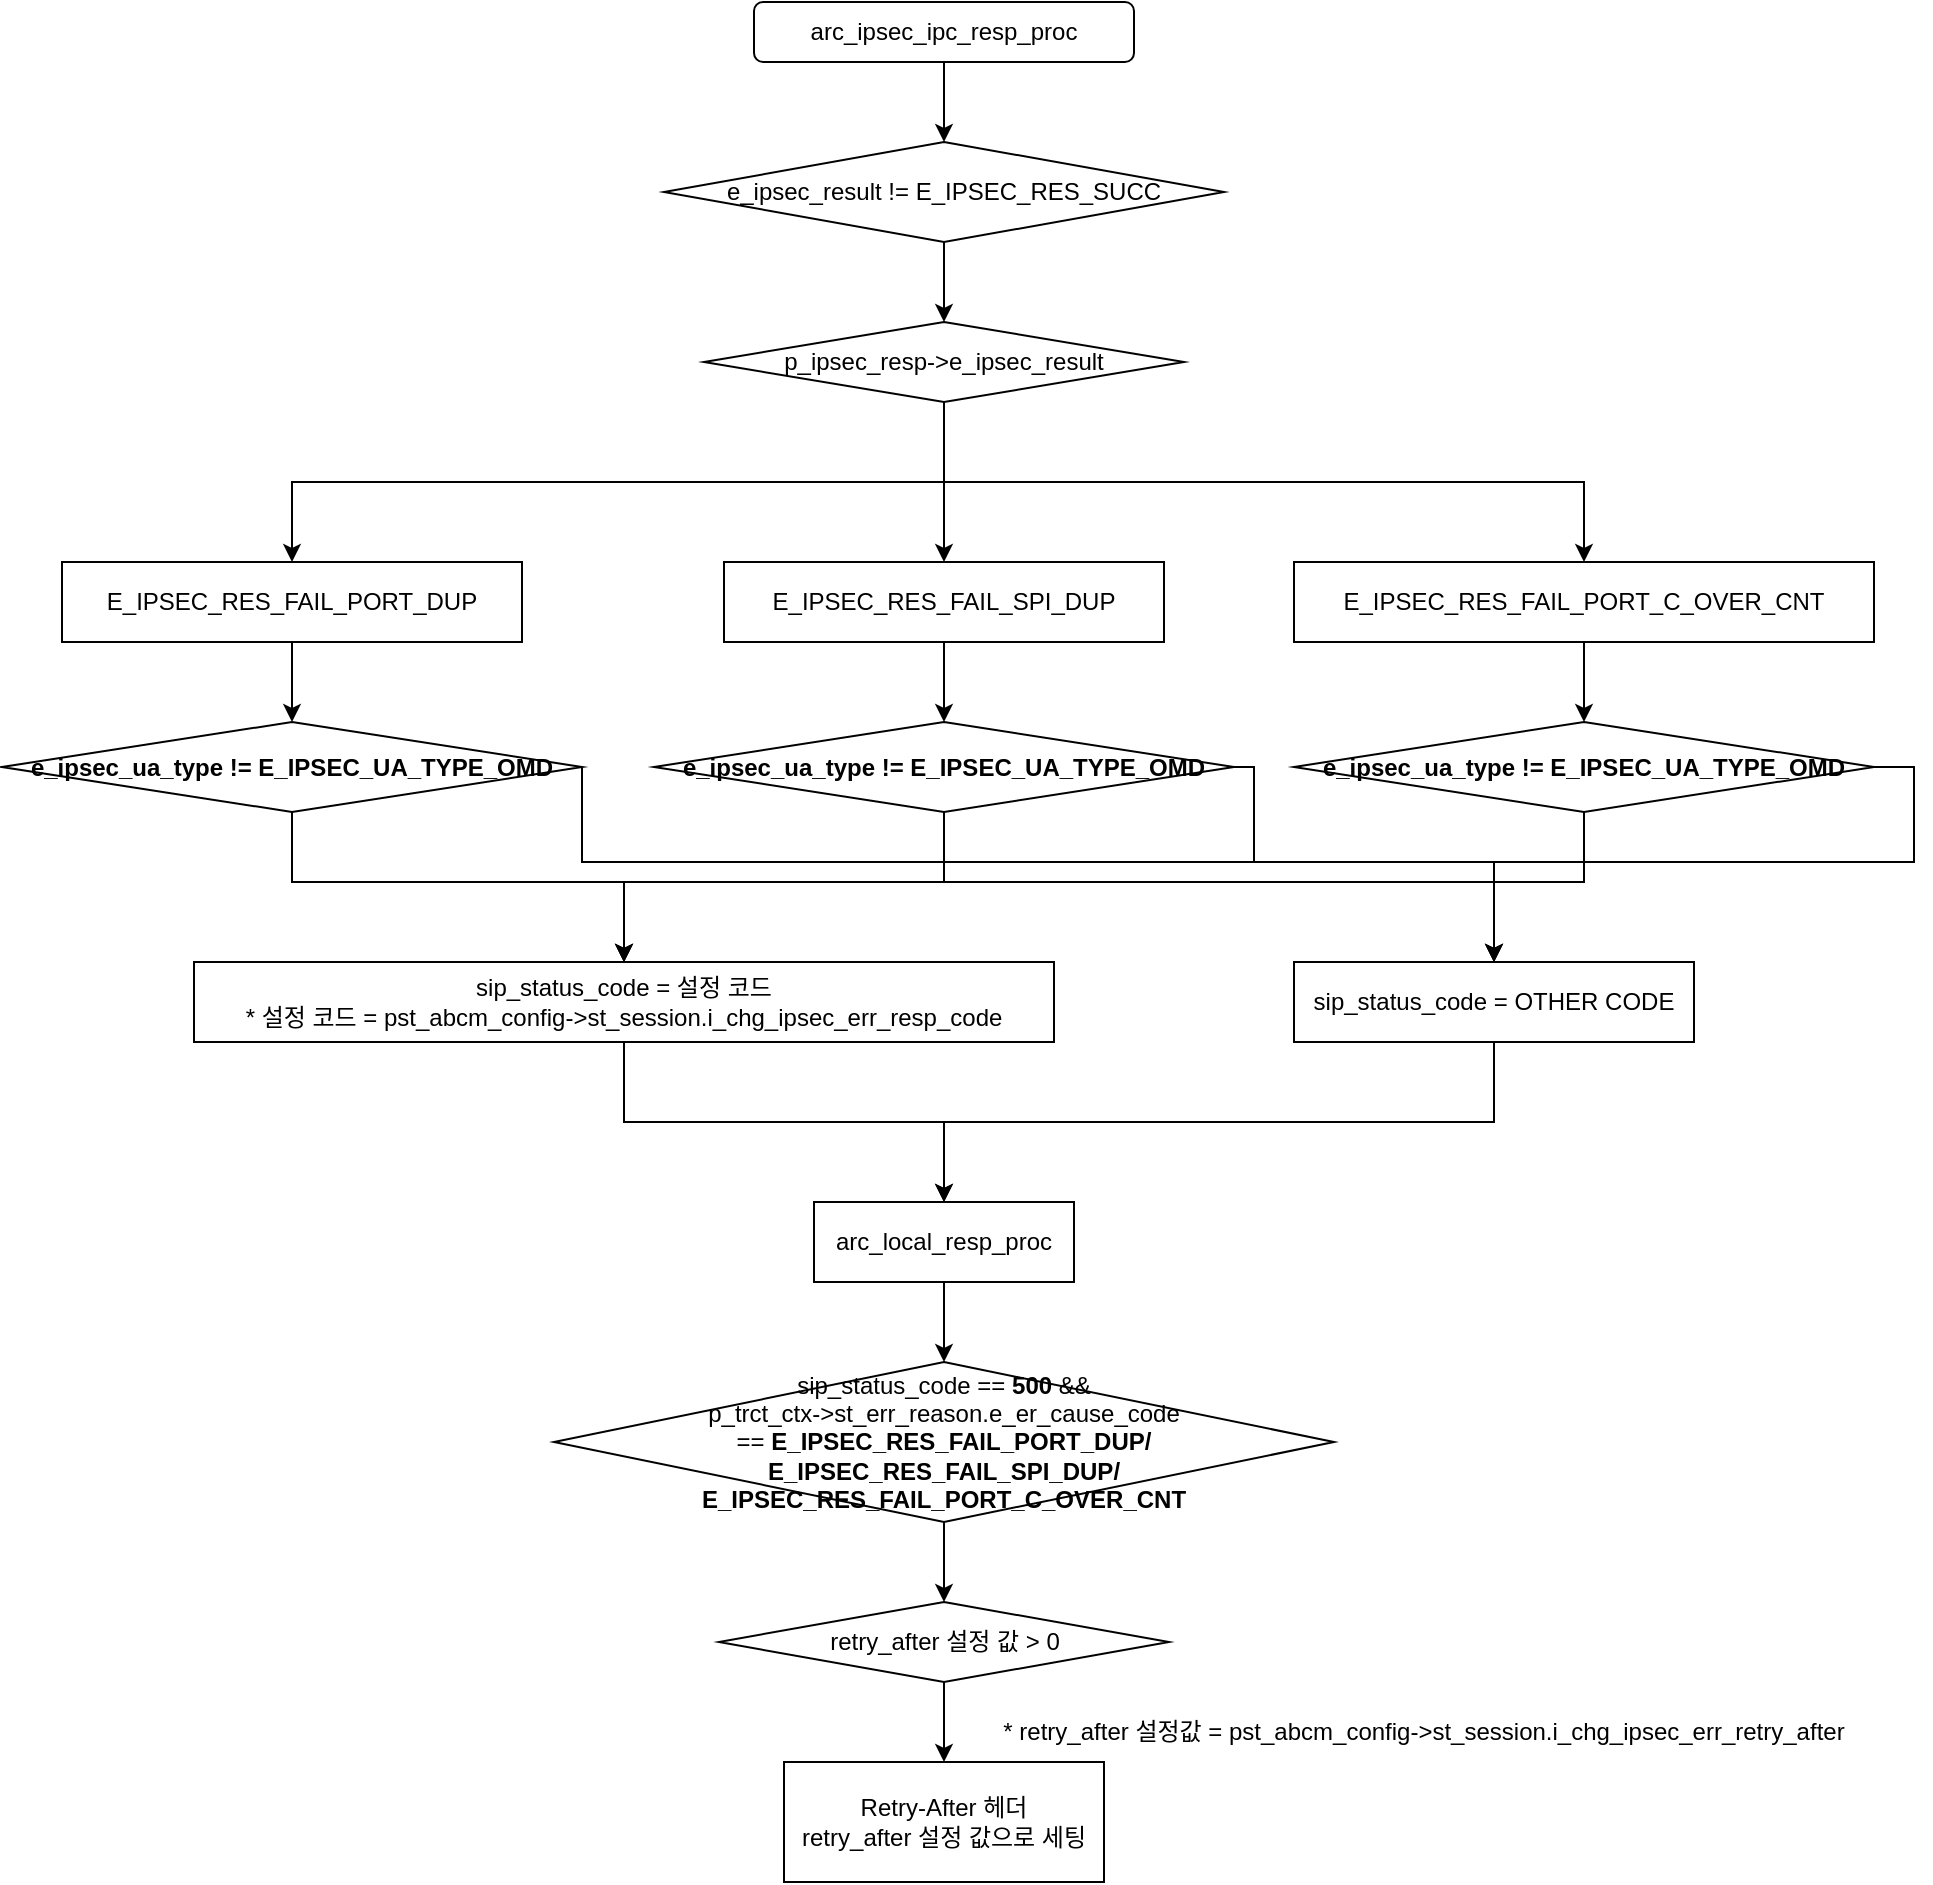
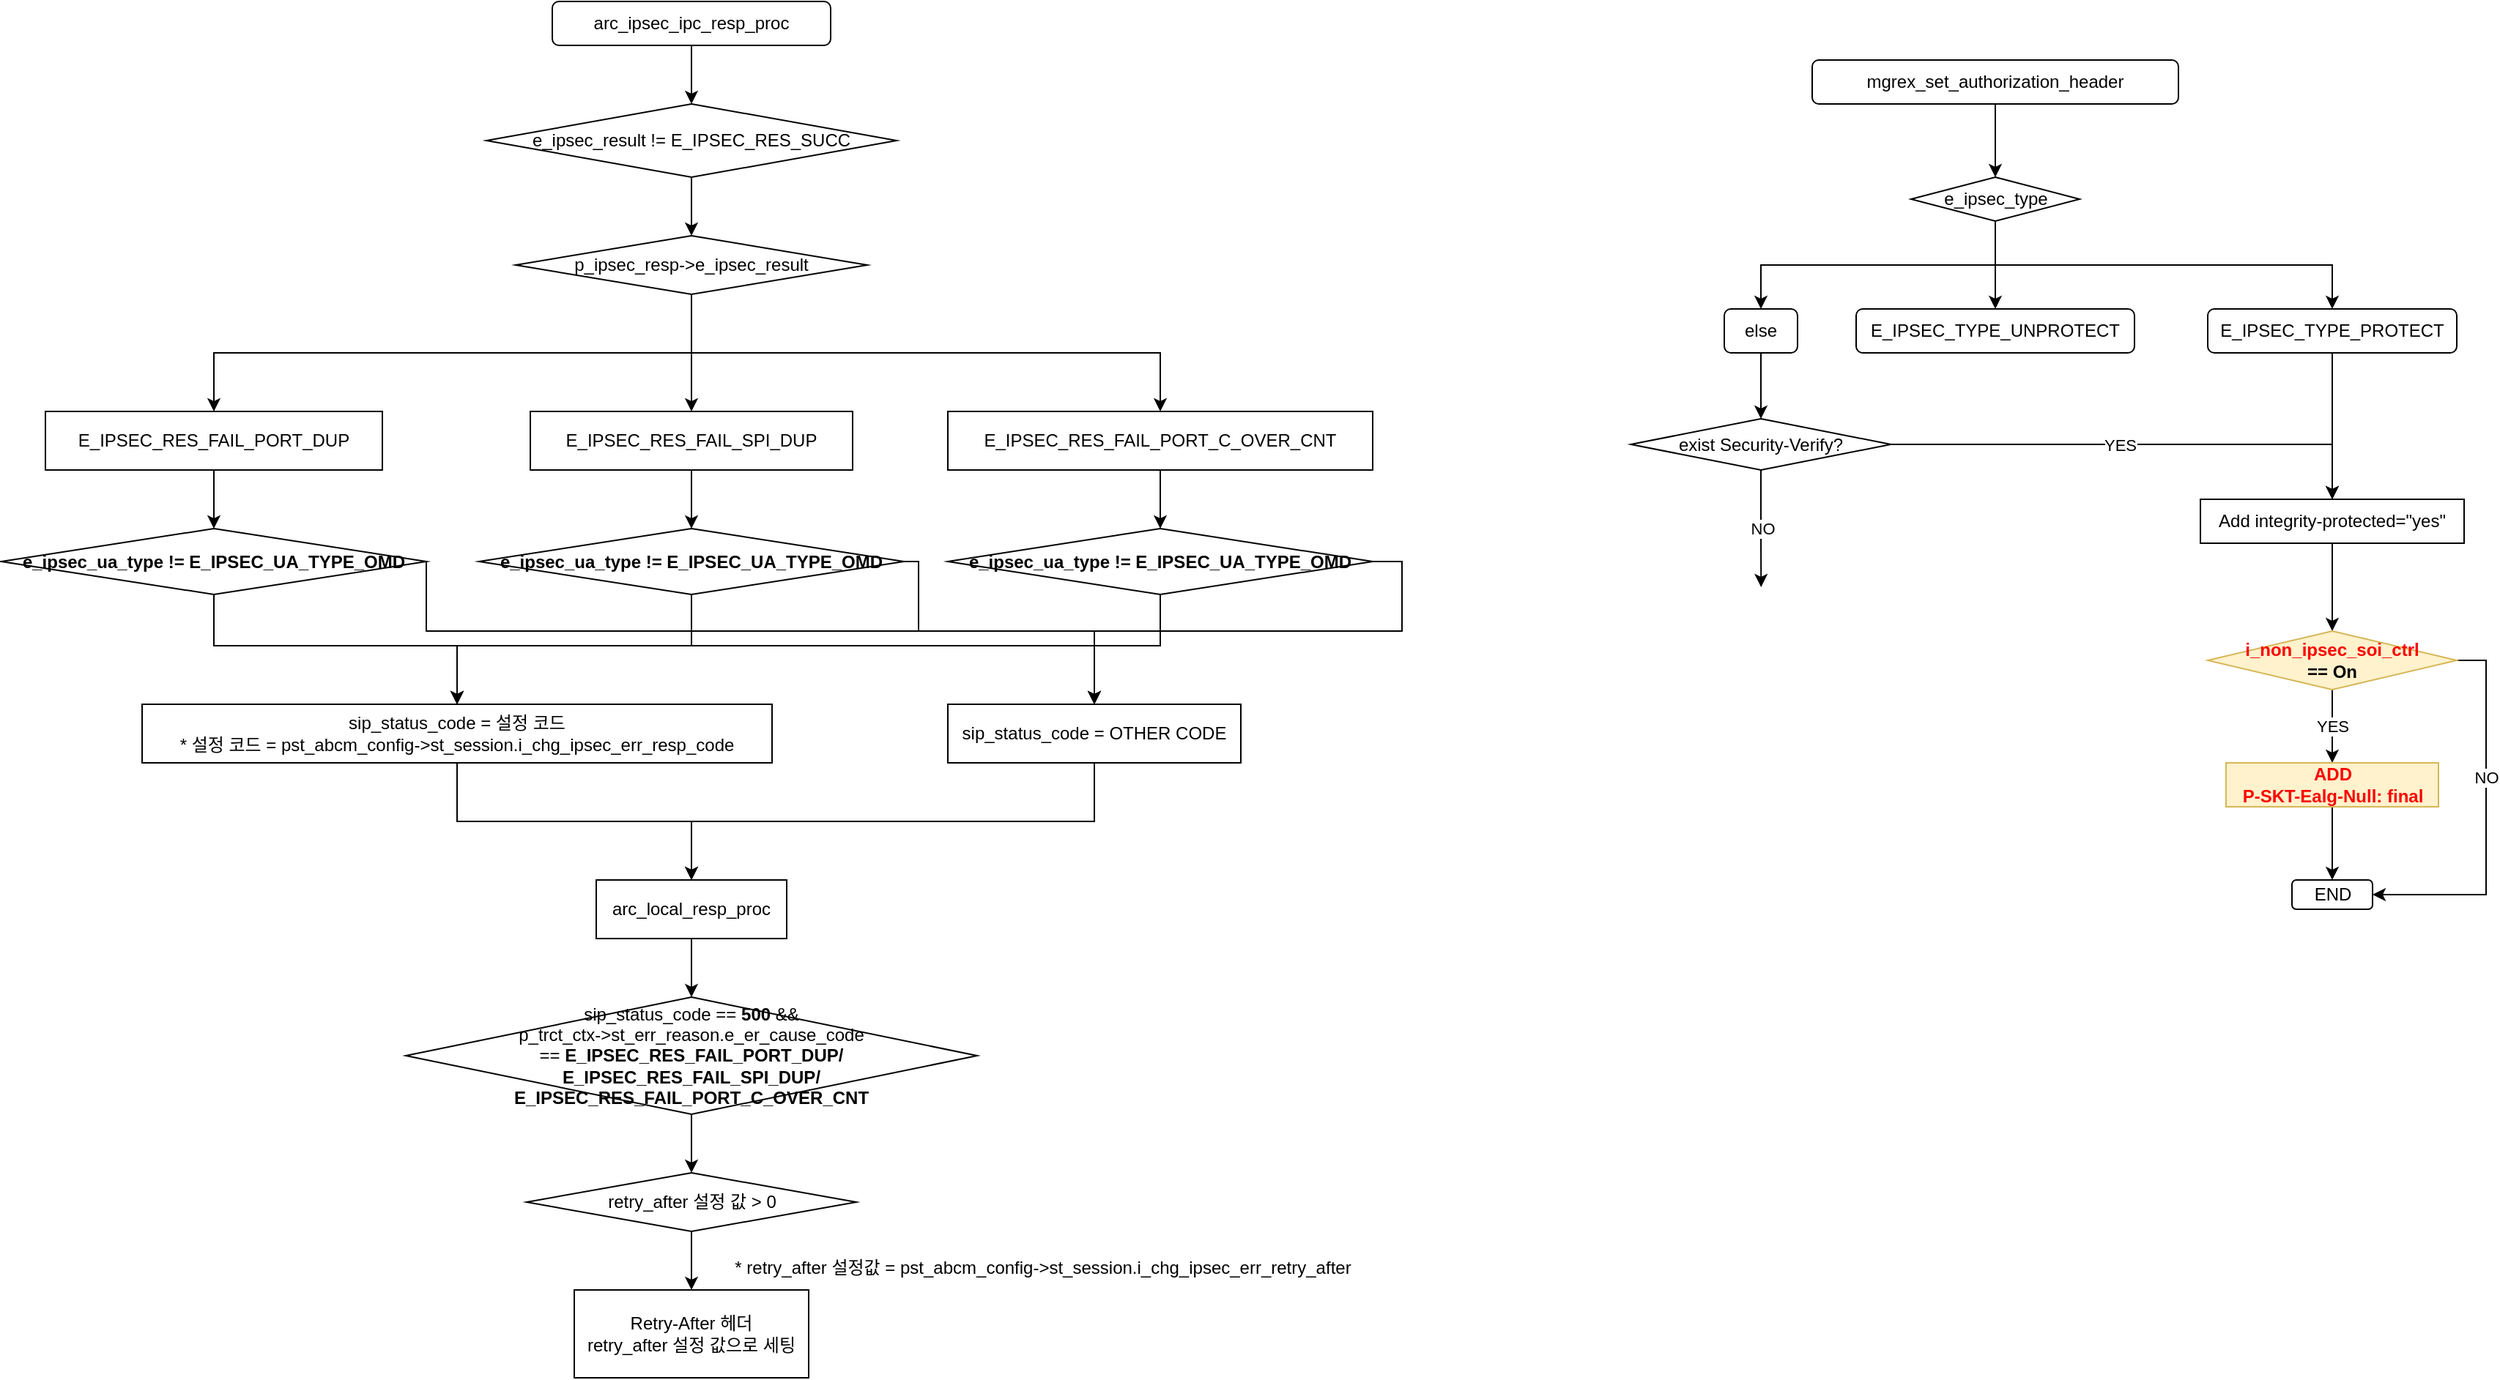
<mxfile host="app.diagrams.net" agent="Mozilla/5.0 (Windows NT 10.0; Win64; x64) AppleWebKit/537.36 (KHTML, like Gecko) Chrome/146.0.0.0 Safari/537.36">
  <diagram name="페이지-1" id="ArqDr0nNUiQ5PRRDUpdb">
-     <mxGraphModel dx="2801" dy="2120" grid="1" gridSize="10" guides="1" tooltips="1" connect="1" arrows="1" fold="1" page="1" pageScale="1" pageWidth="827" pageHeight="1169" background="#ffffff" math="0" shadow="0">
+     <mxGraphModel dx="1359" dy="873" grid="1" gridSize="10" guides="1" tooltips="1" connect="1" arrows="1" fold="1" page="1" pageScale="1" pageWidth="827" pageHeight="1169" background="#ffffff" math="0" shadow="0">
      <root>
        <mxCell id="0" />
        <mxCell id="1" parent="0" />
-         <mxCell id="JrobUjobabK0j9_YikFy-4" edge="1" parent="1" source="JrobUjobabK0j9_YikFy-1" style="edgeStyle=orthogonalEdgeStyle;rounded=0;orthogonalLoop=1;jettySize=auto;html=1;exitX=0.5;exitY=1;exitDx=0;exitDy=0;entryX=0.5;entryY=0;entryDx=0;entryDy=0;" target="JrobUjobabK0j9_YikFy-3">
-           <mxGeometry relative="1" as="geometry" />
-         </mxCell>
-         <mxCell id="JrobUjobabK0j9_YikFy-1" parent="1" style="rounded=1;whiteSpace=wrap;html=1;" value="arc_ipsec_ipc_resp_proc" vertex="1">
+         <mxCell id="JrobUjobabK0j9_YikFy-4" edge="1" parent="1" source="JrobUjobabK0j9_YikFy-1" style="edgeStyle=orthogonalEdgeStyle;rounded=0;orthogonalLoop=1;jettySize=auto;html=1;exitX=0.5;exitY=1;exitDx=0;exitDy=0;entryX=0.5;entryY=0;entryDx=0;entryDy=0;labelBackgroundColor=none;fontColor=default;" target="JrobUjobabK0j9_YikFy-3">
+           <mxGeometry relative="1" as="geometry" />
+         </mxCell>
+         <mxCell id="JrobUjobabK0j9_YikFy-1" parent="1" style="rounded=1;whiteSpace=wrap;html=1;labelBackgroundColor=none;" value="arc_ipsec_ipc_resp_proc" vertex="1">
          <mxGeometry height="30" width="190" x="310" y="80" as="geometry" />
        </mxCell>
-         <mxCell id="JrobUjobabK0j9_YikFy-8" edge="1" parent="1" source="JrobUjobabK0j9_YikFy-3" style="edgeStyle=orthogonalEdgeStyle;rounded=0;orthogonalLoop=1;jettySize=auto;html=1;exitX=0.5;exitY=1;exitDx=0;exitDy=0;entryX=0.5;entryY=0;entryDx=0;entryDy=0;" target="JrobUjobabK0j9_YikFy-6">
-           <mxGeometry relative="1" as="geometry" />
-         </mxCell>
-         <mxCell id="JrobUjobabK0j9_YikFy-3" parent="1" style="rhombus;whiteSpace=wrap;html=1;" value="e_ipsec_result != E_IPSEC_RES_SUCC" vertex="1">
+         <mxCell id="JrobUjobabK0j9_YikFy-8" edge="1" parent="1" source="JrobUjobabK0j9_YikFy-3" style="edgeStyle=orthogonalEdgeStyle;rounded=0;orthogonalLoop=1;jettySize=auto;html=1;exitX=0.5;exitY=1;exitDx=0;exitDy=0;entryX=0.5;entryY=0;entryDx=0;entryDy=0;labelBackgroundColor=none;fontColor=default;" target="JrobUjobabK0j9_YikFy-6">
+           <mxGeometry relative="1" as="geometry" />
+         </mxCell>
+         <mxCell id="JrobUjobabK0j9_YikFy-3" parent="1" style="rhombus;whiteSpace=wrap;html=1;labelBackgroundColor=none;" value="e_ipsec_result != E_IPSEC_RES_SUCC" vertex="1">
          <mxGeometry height="50" width="280" x="265" y="150" as="geometry" />
        </mxCell>
-         <mxCell id="JrobUjobabK0j9_YikFy-12" edge="1" parent="1" source="JrobUjobabK0j9_YikFy-6" style="edgeStyle=orthogonalEdgeStyle;rounded=0;orthogonalLoop=1;jettySize=auto;html=1;exitX=0.5;exitY=1;exitDx=0;exitDy=0;entryX=0.5;entryY=0;entryDx=0;entryDy=0;" target="JrobUjobabK0j9_YikFy-9">
-           <mxGeometry relative="1" as="geometry" />
-         </mxCell>
-         <mxCell id="JrobUjobabK0j9_YikFy-13" edge="1" parent="1" source="JrobUjobabK0j9_YikFy-6" style="edgeStyle=orthogonalEdgeStyle;rounded=0;orthogonalLoop=1;jettySize=auto;html=1;exitX=0.5;exitY=1;exitDx=0;exitDy=0;entryX=0.5;entryY=0;entryDx=0;entryDy=0;" target="JrobUjobabK0j9_YikFy-10">
-           <mxGeometry relative="1" as="geometry" />
-         </mxCell>
-         <mxCell id="JrobUjobabK0j9_YikFy-14" edge="1" parent="1" source="JrobUjobabK0j9_YikFy-6" style="edgeStyle=orthogonalEdgeStyle;rounded=0;orthogonalLoop=1;jettySize=auto;html=1;exitX=0.5;exitY=1;exitDx=0;exitDy=0;entryX=0.5;entryY=0;entryDx=0;entryDy=0;" target="JrobUjobabK0j9_YikFy-11">
-           <mxGeometry relative="1" as="geometry" />
-         </mxCell>
-         <mxCell id="JrobUjobabK0j9_YikFy-6" parent="1" style="rhombus;whiteSpace=wrap;html=1;" value="p_ipsec_resp-&amp;gt;e_ipsec_result" vertex="1">
+         <mxCell id="JrobUjobabK0j9_YikFy-12" edge="1" parent="1" source="JrobUjobabK0j9_YikFy-6" style="edgeStyle=orthogonalEdgeStyle;rounded=0;orthogonalLoop=1;jettySize=auto;html=1;exitX=0.5;exitY=1;exitDx=0;exitDy=0;entryX=0.5;entryY=0;entryDx=0;entryDy=0;labelBackgroundColor=none;fontColor=default;" target="JrobUjobabK0j9_YikFy-9">
+           <mxGeometry relative="1" as="geometry" />
+         </mxCell>
+         <mxCell id="JrobUjobabK0j9_YikFy-13" edge="1" parent="1" source="JrobUjobabK0j9_YikFy-6" style="edgeStyle=orthogonalEdgeStyle;rounded=0;orthogonalLoop=1;jettySize=auto;html=1;exitX=0.5;exitY=1;exitDx=0;exitDy=0;entryX=0.5;entryY=0;entryDx=0;entryDy=0;labelBackgroundColor=none;fontColor=default;" target="JrobUjobabK0j9_YikFy-10">
+           <mxGeometry relative="1" as="geometry" />
+         </mxCell>
+         <mxCell id="JrobUjobabK0j9_YikFy-14" edge="1" parent="1" source="JrobUjobabK0j9_YikFy-6" style="edgeStyle=orthogonalEdgeStyle;rounded=0;orthogonalLoop=1;jettySize=auto;html=1;exitX=0.5;exitY=1;exitDx=0;exitDy=0;entryX=0.5;entryY=0;entryDx=0;entryDy=0;labelBackgroundColor=none;fontColor=default;" target="JrobUjobabK0j9_YikFy-11">
+           <mxGeometry relative="1" as="geometry" />
+         </mxCell>
+         <mxCell id="JrobUjobabK0j9_YikFy-6" parent="1" style="rhombus;whiteSpace=wrap;html=1;labelBackgroundColor=none;" value="p_ipsec_resp-&amp;gt;e_ipsec_result" vertex="1">
          <mxGeometry height="40" width="240" x="285" y="240" as="geometry" />
        </mxCell>
-         <mxCell id="JrobUjobabK0j9_YikFy-16" edge="1" parent="1" source="JrobUjobabK0j9_YikFy-9" style="edgeStyle=orthogonalEdgeStyle;rounded=0;orthogonalLoop=1;jettySize=auto;html=1;exitX=0.5;exitY=1;exitDx=0;exitDy=0;entryX=0.5;entryY=0;entryDx=0;entryDy=0;" target="JrobUjobabK0j9_YikFy-15">
-           <mxGeometry relative="1" as="geometry" />
-         </mxCell>
-         <mxCell id="JrobUjobabK0j9_YikFy-9" parent="1" style="rounded=0;whiteSpace=wrap;html=1;" value="E_IPSEC_RES_FAIL_PORT_DUP" vertex="1">
+         <mxCell id="JrobUjobabK0j9_YikFy-16" edge="1" parent="1" source="JrobUjobabK0j9_YikFy-9" style="edgeStyle=orthogonalEdgeStyle;rounded=0;orthogonalLoop=1;jettySize=auto;html=1;exitX=0.5;exitY=1;exitDx=0;exitDy=0;entryX=0.5;entryY=0;entryDx=0;entryDy=0;labelBackgroundColor=none;fontColor=default;" target="JrobUjobabK0j9_YikFy-15">
+           <mxGeometry relative="1" as="geometry" />
+         </mxCell>
+         <mxCell id="JrobUjobabK0j9_YikFy-9" parent="1" style="rounded=0;whiteSpace=wrap;html=1;labelBackgroundColor=none;" value="E_IPSEC_RES_FAIL_PORT_DUP" vertex="1">
          <mxGeometry height="40" width="230" x="-36" y="360" as="geometry" />
        </mxCell>
-         <mxCell id="JrobUjobabK0j9_YikFy-20" edge="1" parent="1" source="JrobUjobabK0j9_YikFy-10" style="edgeStyle=orthogonalEdgeStyle;rounded=0;orthogonalLoop=1;jettySize=auto;html=1;exitX=0.5;exitY=1;exitDx=0;exitDy=0;entryX=0.5;entryY=0;entryDx=0;entryDy=0;" target="JrobUjobabK0j9_YikFy-17">
-           <mxGeometry relative="1" as="geometry" />
-         </mxCell>
-         <mxCell id="JrobUjobabK0j9_YikFy-10" parent="1" style="rounded=0;whiteSpace=wrap;html=1;" value="E_IPSEC_RES_FAIL_SPI_DUP" vertex="1">
+         <mxCell id="JrobUjobabK0j9_YikFy-20" edge="1" parent="1" source="JrobUjobabK0j9_YikFy-10" style="edgeStyle=orthogonalEdgeStyle;rounded=0;orthogonalLoop=1;jettySize=auto;html=1;exitX=0.5;exitY=1;exitDx=0;exitDy=0;entryX=0.5;entryY=0;entryDx=0;entryDy=0;labelBackgroundColor=none;fontColor=default;" target="JrobUjobabK0j9_YikFy-17">
+           <mxGeometry relative="1" as="geometry" />
+         </mxCell>
+         <mxCell id="JrobUjobabK0j9_YikFy-10" parent="1" style="rounded=0;whiteSpace=wrap;html=1;labelBackgroundColor=none;" value="E_IPSEC_RES_FAIL_SPI_DUP" vertex="1">
          <mxGeometry height="40" width="220" x="295" y="360" as="geometry" />
        </mxCell>
-         <mxCell id="JrobUjobabK0j9_YikFy-19" edge="1" parent="1" source="JrobUjobabK0j9_YikFy-11" style="edgeStyle=orthogonalEdgeStyle;rounded=0;orthogonalLoop=1;jettySize=auto;html=1;exitX=0.5;exitY=1;exitDx=0;exitDy=0;entryX=0.5;entryY=0;entryDx=0;entryDy=0;" target="JrobUjobabK0j9_YikFy-18">
-           <mxGeometry relative="1" as="geometry" />
-         </mxCell>
-         <mxCell id="JrobUjobabK0j9_YikFy-11" parent="1" style="rounded=0;whiteSpace=wrap;html=1;" value="E_IPSEC_RES_FAIL_PORT_C_OVER_CNT" vertex="1">
+         <mxCell id="JrobUjobabK0j9_YikFy-19" edge="1" parent="1" source="JrobUjobabK0j9_YikFy-11" style="edgeStyle=orthogonalEdgeStyle;rounded=0;orthogonalLoop=1;jettySize=auto;html=1;exitX=0.5;exitY=1;exitDx=0;exitDy=0;entryX=0.5;entryY=0;entryDx=0;entryDy=0;labelBackgroundColor=none;fontColor=default;" target="JrobUjobabK0j9_YikFy-18">
+           <mxGeometry relative="1" as="geometry" />
+         </mxCell>
+         <mxCell id="JrobUjobabK0j9_YikFy-11" parent="1" style="rounded=0;whiteSpace=wrap;html=1;labelBackgroundColor=none;" value="E_IPSEC_RES_FAIL_PORT_C_OVER_CNT" vertex="1">
          <mxGeometry height="40" width="290" x="580" y="360" as="geometry" />
        </mxCell>
-         <mxCell id="JrobUjobabK0j9_YikFy-25" edge="1" parent="1" source="JrobUjobabK0j9_YikFy-15" style="edgeStyle=orthogonalEdgeStyle;rounded=0;orthogonalLoop=1;jettySize=auto;html=1;exitX=1;exitY=0.5;exitDx=0;exitDy=0;entryX=0.5;entryY=0;entryDx=0;entryDy=0;" target="JrobUjobabK0j9_YikFy-23">
+         <mxCell id="JrobUjobabK0j9_YikFy-25" edge="1" parent="1" source="JrobUjobabK0j9_YikFy-15" style="edgeStyle=orthogonalEdgeStyle;rounded=0;orthogonalLoop=1;jettySize=auto;html=1;exitX=1;exitY=0.5;exitDx=0;exitDy=0;entryX=0.5;entryY=0;entryDx=0;entryDy=0;labelBackgroundColor=none;fontColor=default;" target="JrobUjobabK0j9_YikFy-23">
          <mxGeometry relative="1" as="geometry">
            <Array as="points">
              <mxPoint x="224" y="510" />
              <mxPoint x="680" y="510" />
            </Array>
          </mxGeometry>
        </mxCell>
-         <mxCell id="JrobUjobabK0j9_YikFy-28" edge="1" parent="1" source="JrobUjobabK0j9_YikFy-15" style="edgeStyle=orthogonalEdgeStyle;rounded=0;orthogonalLoop=1;jettySize=auto;html=1;exitX=0.5;exitY=1;exitDx=0;exitDy=0;entryX=0.5;entryY=0;entryDx=0;entryDy=0;" target="JrobUjobabK0j9_YikFy-22">
+         <mxCell id="JrobUjobabK0j9_YikFy-28" edge="1" parent="1" source="JrobUjobabK0j9_YikFy-15" style="edgeStyle=orthogonalEdgeStyle;rounded=0;orthogonalLoop=1;jettySize=auto;html=1;exitX=0.5;exitY=1;exitDx=0;exitDy=0;entryX=0.5;entryY=0;entryDx=0;entryDy=0;labelBackgroundColor=none;fontColor=default;" target="JrobUjobabK0j9_YikFy-22">
          <mxGeometry relative="1" as="geometry">
            <Array as="points">
              <mxPoint x="79" y="520" />
              <mxPoint x="245" y="520" />
            </Array>
          </mxGeometry>
        </mxCell>
-         <mxCell id="JrobUjobabK0j9_YikFy-15" parent="1" style="rhombus;whiteSpace=wrap;html=1;" value="&lt;b&gt;e_ipsec_ua_type != E_IPSEC_UA_TYPE_OMD&lt;/b&gt;" vertex="1">
+         <mxCell id="JrobUjobabK0j9_YikFy-15" parent="1" style="rhombus;whiteSpace=wrap;html=1;labelBackgroundColor=none;" value="&lt;b&gt;e_ipsec_ua_type != E_IPSEC_UA_TYPE_OMD&lt;/b&gt;" vertex="1">
          <mxGeometry height="45" width="290" x="-66" y="440" as="geometry" />
        </mxCell>
-         <mxCell id="JrobUjobabK0j9_YikFy-26" edge="1" parent="1" source="JrobUjobabK0j9_YikFy-17" style="edgeStyle=orthogonalEdgeStyle;rounded=0;orthogonalLoop=1;jettySize=auto;html=1;exitX=1;exitY=0.5;exitDx=0;exitDy=0;entryX=0.5;entryY=0;entryDx=0;entryDy=0;" target="JrobUjobabK0j9_YikFy-23">
+         <mxCell id="JrobUjobabK0j9_YikFy-26" edge="1" parent="1" source="JrobUjobabK0j9_YikFy-17" style="edgeStyle=orthogonalEdgeStyle;rounded=0;orthogonalLoop=1;jettySize=auto;html=1;exitX=1;exitY=0.5;exitDx=0;exitDy=0;entryX=0.5;entryY=0;entryDx=0;entryDy=0;labelBackgroundColor=none;fontColor=default;" target="JrobUjobabK0j9_YikFy-23">
          <mxGeometry relative="1" as="geometry">
            <Array as="points">
              <mxPoint x="560" y="463" />
              <mxPoint x="560" y="510" />
              <mxPoint x="680" y="510" />
            </Array>
          </mxGeometry>
        </mxCell>
-         <mxCell id="JrobUjobabK0j9_YikFy-29" edge="1" parent="1" source="JrobUjobabK0j9_YikFy-17" style="edgeStyle=orthogonalEdgeStyle;rounded=0;orthogonalLoop=1;jettySize=auto;html=1;exitX=0.5;exitY=1;exitDx=0;exitDy=0;entryX=0.5;entryY=0;entryDx=0;entryDy=0;" target="JrobUjobabK0j9_YikFy-22">
+         <mxCell id="JrobUjobabK0j9_YikFy-29" edge="1" parent="1" source="JrobUjobabK0j9_YikFy-17" style="edgeStyle=orthogonalEdgeStyle;rounded=0;orthogonalLoop=1;jettySize=auto;html=1;exitX=0.5;exitY=1;exitDx=0;exitDy=0;entryX=0.5;entryY=0;entryDx=0;entryDy=0;labelBackgroundColor=none;fontColor=default;" target="JrobUjobabK0j9_YikFy-22">
          <mxGeometry relative="1" as="geometry">
            <Array as="points">
              <mxPoint x="405" y="520" />
              <mxPoint x="245" y="520" />
            </Array>
          </mxGeometry>
        </mxCell>
-         <mxCell id="JrobUjobabK0j9_YikFy-17" parent="1" style="rhombus;whiteSpace=wrap;html=1;" value="&lt;b&gt;e_ipsec_ua_type != E_IPSEC_UA_TYPE_OMD&lt;/b&gt;" vertex="1">
+         <mxCell id="JrobUjobabK0j9_YikFy-17" parent="1" style="rhombus;whiteSpace=wrap;html=1;labelBackgroundColor=none;" value="&lt;b&gt;e_ipsec_ua_type != E_IPSEC_UA_TYPE_OMD&lt;/b&gt;" vertex="1">
          <mxGeometry height="45" width="290" x="260" y="440" as="geometry" />
        </mxCell>
-         <mxCell id="JrobUjobabK0j9_YikFy-27" edge="1" parent="1" source="JrobUjobabK0j9_YikFy-18" style="edgeStyle=orthogonalEdgeStyle;rounded=0;orthogonalLoop=1;jettySize=auto;html=1;exitX=1;exitY=0.5;exitDx=0;exitDy=0;entryX=0.5;entryY=0;entryDx=0;entryDy=0;" target="JrobUjobabK0j9_YikFy-23">
+         <mxCell id="JrobUjobabK0j9_YikFy-27" edge="1" parent="1" source="JrobUjobabK0j9_YikFy-18" style="edgeStyle=orthogonalEdgeStyle;rounded=0;orthogonalLoop=1;jettySize=auto;html=1;exitX=1;exitY=0.5;exitDx=0;exitDy=0;entryX=0.5;entryY=0;entryDx=0;entryDy=0;labelBackgroundColor=none;fontColor=default;" target="JrobUjobabK0j9_YikFy-23">
          <mxGeometry relative="1" as="geometry">
            <Array as="points">
              <mxPoint x="890" y="463" />
              <mxPoint x="890" y="510" />
              <mxPoint x="680" y="510" />
            </Array>
          </mxGeometry>
        </mxCell>
-         <mxCell id="JrobUjobabK0j9_YikFy-30" edge="1" parent="1" source="JrobUjobabK0j9_YikFy-18" style="edgeStyle=orthogonalEdgeStyle;rounded=0;orthogonalLoop=1;jettySize=auto;html=1;exitX=0.5;exitY=1;exitDx=0;exitDy=0;entryX=0.5;entryY=0;entryDx=0;entryDy=0;" target="JrobUjobabK0j9_YikFy-22">
+         <mxCell id="JrobUjobabK0j9_YikFy-30" edge="1" parent="1" source="JrobUjobabK0j9_YikFy-18" style="edgeStyle=orthogonalEdgeStyle;rounded=0;orthogonalLoop=1;jettySize=auto;html=1;exitX=0.5;exitY=1;exitDx=0;exitDy=0;entryX=0.5;entryY=0;entryDx=0;entryDy=0;labelBackgroundColor=none;fontColor=default;" target="JrobUjobabK0j9_YikFy-22">
          <mxGeometry relative="1" as="geometry">
            <Array as="points">
              <mxPoint x="725" y="520" />
              <mxPoint x="245" y="520" />
            </Array>
          </mxGeometry>
        </mxCell>
-         <mxCell id="JrobUjobabK0j9_YikFy-18" parent="1" style="rhombus;whiteSpace=wrap;html=1;" value="&lt;b&gt;e_ipsec_ua_type != E_IPSEC_UA_TYPE_OMD&lt;/b&gt;" vertex="1">
+         <mxCell id="JrobUjobabK0j9_YikFy-18" parent="1" style="rhombus;whiteSpace=wrap;html=1;labelBackgroundColor=none;" value="&lt;b&gt;e_ipsec_ua_type != E_IPSEC_UA_TYPE_OMD&lt;/b&gt;" vertex="1">
          <mxGeometry height="45" width="290" x="580" y="440" as="geometry" />
        </mxCell>
-         <mxCell id="JrobUjobabK0j9_YikFy-32" edge="1" parent="1" source="JrobUjobabK0j9_YikFy-22" style="edgeStyle=orthogonalEdgeStyle;rounded=0;orthogonalLoop=1;jettySize=auto;html=1;exitX=0.5;exitY=1;exitDx=0;exitDy=0;entryX=0.5;entryY=0;entryDx=0;entryDy=0;" target="JrobUjobabK0j9_YikFy-31">
-           <mxGeometry relative="1" as="geometry" />
-         </mxCell>
-         <mxCell id="JrobUjobabK0j9_YikFy-22" parent="1" style="rounded=0;whiteSpace=wrap;html=1;" value="sip_status_code = 설정 코드&lt;div&gt;* 설정 코드 = pst_abcm_config-&amp;gt;st_session.i_chg_ipsec_err_resp_code&lt;/div&gt;" vertex="1">
+         <mxCell id="JrobUjobabK0j9_YikFy-32" edge="1" parent="1" source="JrobUjobabK0j9_YikFy-22" style="edgeStyle=orthogonalEdgeStyle;rounded=0;orthogonalLoop=1;jettySize=auto;html=1;exitX=0.5;exitY=1;exitDx=0;exitDy=0;entryX=0.5;entryY=0;entryDx=0;entryDy=0;labelBackgroundColor=none;fontColor=default;" target="JrobUjobabK0j9_YikFy-31">
+           <mxGeometry relative="1" as="geometry" />
+         </mxCell>
+         <mxCell id="JrobUjobabK0j9_YikFy-22" parent="1" style="rounded=0;whiteSpace=wrap;html=1;labelBackgroundColor=none;" value="sip_status_code = 설정 코드&lt;div&gt;* 설정 코드 = pst_abcm_config-&amp;gt;st_session.i_chg_ipsec_err_resp_code&lt;/div&gt;" vertex="1">
          <mxGeometry height="40" width="430" x="30" y="560" as="geometry" />
        </mxCell>
-         <mxCell id="JrobUjobabK0j9_YikFy-33" edge="1" parent="1" source="JrobUjobabK0j9_YikFy-23" style="edgeStyle=orthogonalEdgeStyle;rounded=0;orthogonalLoop=1;jettySize=auto;html=1;exitX=0.5;exitY=1;exitDx=0;exitDy=0;entryX=0.5;entryY=0;entryDx=0;entryDy=0;" target="JrobUjobabK0j9_YikFy-31">
-           <mxGeometry relative="1" as="geometry" />
-         </mxCell>
-         <mxCell id="JrobUjobabK0j9_YikFy-23" parent="1" style="rounded=0;whiteSpace=wrap;html=1;" value="sip_status_code = OTHER CODE" vertex="1">
+         <mxCell id="JrobUjobabK0j9_YikFy-33" edge="1" parent="1" source="JrobUjobabK0j9_YikFy-23" style="edgeStyle=orthogonalEdgeStyle;rounded=0;orthogonalLoop=1;jettySize=auto;html=1;exitX=0.5;exitY=1;exitDx=0;exitDy=0;entryX=0.5;entryY=0;entryDx=0;entryDy=0;labelBackgroundColor=none;fontColor=default;" target="JrobUjobabK0j9_YikFy-31">
+           <mxGeometry relative="1" as="geometry" />
+         </mxCell>
+         <mxCell id="JrobUjobabK0j9_YikFy-23" parent="1" style="rounded=0;whiteSpace=wrap;html=1;labelBackgroundColor=none;" value="sip_status_code = OTHER CODE" vertex="1">
          <mxGeometry height="40" width="200" x="580" y="560" as="geometry" />
        </mxCell>
-         <mxCell id="JrobUjobabK0j9_YikFy-35" edge="1" parent="1" source="JrobUjobabK0j9_YikFy-31" style="edgeStyle=orthogonalEdgeStyle;rounded=0;orthogonalLoop=1;jettySize=auto;html=1;exitX=0.5;exitY=1;exitDx=0;exitDy=0;entryX=0.5;entryY=0;entryDx=0;entryDy=0;" target="JrobUjobabK0j9_YikFy-34">
-           <mxGeometry relative="1" as="geometry" />
-         </mxCell>
-         <mxCell id="JrobUjobabK0j9_YikFy-31" parent="1" style="rounded=0;whiteSpace=wrap;html=1;" value="arc_local_resp_proc" vertex="1">
+         <mxCell id="JrobUjobabK0j9_YikFy-35" edge="1" parent="1" source="JrobUjobabK0j9_YikFy-31" style="edgeStyle=orthogonalEdgeStyle;rounded=0;orthogonalLoop=1;jettySize=auto;html=1;exitX=0.5;exitY=1;exitDx=0;exitDy=0;entryX=0.5;entryY=0;entryDx=0;entryDy=0;labelBackgroundColor=none;fontColor=default;" target="JrobUjobabK0j9_YikFy-34">
+           <mxGeometry relative="1" as="geometry" />
+         </mxCell>
+         <mxCell id="JrobUjobabK0j9_YikFy-31" parent="1" style="rounded=0;whiteSpace=wrap;html=1;labelBackgroundColor=none;" value="arc_local_resp_proc" vertex="1">
          <mxGeometry height="40" width="130" x="340" y="680" as="geometry" />
        </mxCell>
-         <mxCell id="JrobUjobabK0j9_YikFy-38" edge="1" parent="1" source="JrobUjobabK0j9_YikFy-34" style="edgeStyle=orthogonalEdgeStyle;rounded=0;orthogonalLoop=1;jettySize=auto;html=1;exitX=0.5;exitY=1;exitDx=0;exitDy=0;entryX=0.5;entryY=0;entryDx=0;entryDy=0;" target="JrobUjobabK0j9_YikFy-36">
-           <mxGeometry relative="1" as="geometry" />
-         </mxCell>
-         <mxCell id="JrobUjobabK0j9_YikFy-34" parent="1" style="rhombus;whiteSpace=wrap;html=1;" value="sip_status_code == &lt;b&gt;500&lt;/b&gt; &amp;amp;&amp;amp;&lt;div&gt;p_trct_ctx-&amp;gt;st_err_reason.e_er_cause_code ==&amp;nbsp;&lt;span style=&quot;background-color: transparent; color: light-dark(rgb(0, 0, 0), rgb(255, 255, 255));&quot;&gt;&lt;b&gt;E_IPSEC_RES_FAIL_PORT_DUP/&lt;/b&gt;&lt;/span&gt;&lt;/div&gt;&lt;div&gt;&lt;b&gt;E_IPSEC_RES_FAIL_SPI_DUP/&lt;span style=&quot;background-color: transparent; color: light-dark(rgb(0, 0, 0), rgb(255, 255, 255));&quot;&gt;&lt;/span&gt;&lt;/b&gt;&lt;/div&gt;&lt;div&gt;&lt;b&gt;E_IPSEC_RES_FAIL_PORT_C_OVER_CNT&lt;/b&gt;&lt;/div&gt;" vertex="1">
+         <mxCell id="JrobUjobabK0j9_YikFy-38" edge="1" parent="1" source="JrobUjobabK0j9_YikFy-34" style="edgeStyle=orthogonalEdgeStyle;rounded=0;orthogonalLoop=1;jettySize=auto;html=1;exitX=0.5;exitY=1;exitDx=0;exitDy=0;entryX=0.5;entryY=0;entryDx=0;entryDy=0;labelBackgroundColor=none;fontColor=default;" target="JrobUjobabK0j9_YikFy-36">
+           <mxGeometry relative="1" as="geometry" />
+         </mxCell>
+         <mxCell id="JrobUjobabK0j9_YikFy-34" parent="1" style="rhombus;whiteSpace=wrap;html=1;labelBackgroundColor=none;" value="sip_status_code == &lt;b&gt;500&lt;/b&gt; &amp;amp;&amp;amp;&lt;div&gt;p_trct_ctx-&amp;gt;st_err_reason.e_er_cause_code ==&amp;nbsp;&lt;span style=&quot;background-color: transparent; color: light-dark(rgb(0, 0, 0), rgb(255, 255, 255));&quot;&gt;&lt;b&gt;E_IPSEC_RES_FAIL_PORT_DUP/&lt;/b&gt;&lt;/span&gt;&lt;/div&gt;&lt;div&gt;&lt;b&gt;E_IPSEC_RES_FAIL_SPI_DUP/&lt;span style=&quot;background-color: transparent; color: light-dark(rgb(0, 0, 0), rgb(255, 255, 255));&quot;&gt;&lt;/span&gt;&lt;/b&gt;&lt;/div&gt;&lt;div&gt;&lt;b&gt;E_IPSEC_RES_FAIL_PORT_C_OVER_CNT&lt;/b&gt;&lt;/div&gt;" vertex="1">
          <mxGeometry height="80" width="390" x="210" y="760" as="geometry" />
        </mxCell>
-         <mxCell id="JrobUjobabK0j9_YikFy-40" edge="1" parent="1" source="JrobUjobabK0j9_YikFy-36" style="edgeStyle=orthogonalEdgeStyle;rounded=0;orthogonalLoop=1;jettySize=auto;html=1;exitX=0.5;exitY=1;exitDx=0;exitDy=0;entryX=0.5;entryY=0;entryDx=0;entryDy=0;" target="JrobUjobabK0j9_YikFy-39">
-           <mxGeometry relative="1" as="geometry" />
-         </mxCell>
-         <mxCell id="JrobUjobabK0j9_YikFy-36" parent="1" style="rhombus;whiteSpace=wrap;html=1;" value="retry_after 설정 값 &amp;gt; 0" vertex="1">
+         <mxCell id="JrobUjobabK0j9_YikFy-40" edge="1" parent="1" source="JrobUjobabK0j9_YikFy-36" style="edgeStyle=orthogonalEdgeStyle;rounded=0;orthogonalLoop=1;jettySize=auto;html=1;exitX=0.5;exitY=1;exitDx=0;exitDy=0;entryX=0.5;entryY=0;entryDx=0;entryDy=0;labelBackgroundColor=none;fontColor=default;" target="JrobUjobabK0j9_YikFy-39">
+           <mxGeometry relative="1" as="geometry" />
+         </mxCell>
+         <mxCell id="JrobUjobabK0j9_YikFy-36" parent="1" style="rhombus;whiteSpace=wrap;html=1;labelBackgroundColor=none;" value="retry_after 설정 값 &amp;gt; 0" vertex="1">
          <mxGeometry height="40" width="225" x="292.5" y="880" as="geometry" />
        </mxCell>
-         <mxCell id="JrobUjobabK0j9_YikFy-37" parent="1" style="text;html=1;whiteSpace=wrap;strokeColor=none;fillColor=none;align=center;verticalAlign=middle;rounded=0;" value="* retry_after 설정값 =&amp;nbsp;pst_abcm_config-&amp;gt;st_session.i_chg_ipsec_err_retry_after" vertex="1">
+         <mxCell id="JrobUjobabK0j9_YikFy-37" parent="1" style="text;html=1;whiteSpace=wrap;strokeColor=none;fillColor=none;align=center;verticalAlign=middle;rounded=0;labelBackgroundColor=none;" value="* retry_after 설정값 =&amp;nbsp;pst_abcm_config-&amp;gt;st_session.i_chg_ipsec_err_retry_after" vertex="1">
          <mxGeometry height="30" width="450" x="420" y="930" as="geometry" />
        </mxCell>
-         <mxCell id="JrobUjobabK0j9_YikFy-39" parent="1" style="rounded=0;whiteSpace=wrap;html=1;" value="Retry-After 헤더&lt;div&gt;retry_after 설정 값으로 세팅&lt;/div&gt;" vertex="1">
+         <mxCell id="JrobUjobabK0j9_YikFy-39" parent="1" style="rounded=0;whiteSpace=wrap;html=1;labelBackgroundColor=none;" value="Retry-After 헤더&lt;div&gt;retry_after 설정 값으로 세팅&lt;/div&gt;" vertex="1">
          <mxGeometry height="60" width="160" x="325" y="960" as="geometry" />
+         </mxCell>
+         <mxCell id="DFyut3zs67x-nQRb0dhE-3" edge="1" parent="1" source="DFyut3zs67x-nQRb0dhE-1" style="edgeStyle=orthogonalEdgeStyle;rounded=0;orthogonalLoop=1;jettySize=auto;html=1;exitX=0.5;exitY=1;exitDx=0;exitDy=0;entryX=0.5;entryY=0;entryDx=0;entryDy=0;labelBackgroundColor=none;fontColor=default;" target="DFyut3zs67x-nQRb0dhE-2">
+           <mxGeometry relative="1" as="geometry" />
+         </mxCell>
+         <mxCell id="DFyut3zs67x-nQRb0dhE-1" parent="1" style="rounded=1;whiteSpace=wrap;html=1;labelBackgroundColor=none;" value="mgrex_set_authorization_header" vertex="1">
+           <mxGeometry height="30" width="250" x="1170" y="120" as="geometry" />
+         </mxCell>
+         <mxCell id="DFyut3zs67x-nQRb0dhE-10" edge="1" parent="1" source="DFyut3zs67x-nQRb0dhE-2" style="edgeStyle=orthogonalEdgeStyle;rounded=0;orthogonalLoop=1;jettySize=auto;html=1;exitX=0.5;exitY=1;exitDx=0;exitDy=0;entryX=0.5;entryY=0;entryDx=0;entryDy=0;labelBackgroundColor=none;fontColor=default;" target="DFyut3zs67x-nQRb0dhE-4">
+           <mxGeometry relative="1" as="geometry" />
+         </mxCell>
+         <mxCell id="DFyut3zs67x-nQRb0dhE-11" edge="1" parent="1" source="DFyut3zs67x-nQRb0dhE-2" style="edgeStyle=orthogonalEdgeStyle;rounded=0;orthogonalLoop=1;jettySize=auto;html=1;exitX=0.5;exitY=1;exitDx=0;exitDy=0;entryX=0.5;entryY=0;entryDx=0;entryDy=0;labelBackgroundColor=none;fontColor=default;" target="DFyut3zs67x-nQRb0dhE-5">
+           <mxGeometry relative="1" as="geometry" />
+         </mxCell>
+         <mxCell id="DFyut3zs67x-nQRb0dhE-12" edge="1" parent="1" source="DFyut3zs67x-nQRb0dhE-2" style="edgeStyle=orthogonalEdgeStyle;rounded=0;orthogonalLoop=1;jettySize=auto;html=1;exitX=0.5;exitY=1;exitDx=0;exitDy=0;entryX=0.5;entryY=0;entryDx=0;entryDy=0;labelBackgroundColor=none;fontColor=default;" target="DFyut3zs67x-nQRb0dhE-7">
+           <mxGeometry relative="1" as="geometry" />
+         </mxCell>
+         <mxCell id="DFyut3zs67x-nQRb0dhE-2" parent="1" style="rhombus;whiteSpace=wrap;html=1;labelBackgroundColor=none;" value="e_ipsec_type" vertex="1">
+           <mxGeometry height="30" width="115" x="1237.5" y="200" as="geometry" />
+         </mxCell>
+         <mxCell id="DFyut3zs67x-nQRb0dhE-9" edge="1" parent="1" source="DFyut3zs67x-nQRb0dhE-4" style="edgeStyle=orthogonalEdgeStyle;rounded=0;orthogonalLoop=1;jettySize=auto;html=1;exitX=0.5;exitY=1;exitDx=0;exitDy=0;entryX=0.5;entryY=0;entryDx=0;entryDy=0;labelBackgroundColor=none;fontColor=default;" target="DFyut3zs67x-nQRb0dhE-8">
+           <mxGeometry relative="1" as="geometry" />
+         </mxCell>
+         <mxCell id="DFyut3zs67x-nQRb0dhE-4" parent="1" style="rounded=1;whiteSpace=wrap;html=1;labelBackgroundColor=none;" value="E_IPSEC_TYPE_PROTECT" vertex="1">
+           <mxGeometry height="30" width="170" x="1440" y="290" as="geometry" />
+         </mxCell>
+         <mxCell id="DFyut3zs67x-nQRb0dhE-5" parent="1" style="rounded=1;whiteSpace=wrap;html=1;labelBackgroundColor=none;" value="E_IPSEC_TYPE_UNPROTECT" vertex="1">
+           <mxGeometry height="30" width="190" x="1200" y="290" as="geometry" />
+         </mxCell>
+         <mxCell id="DFyut3zs67x-nQRb0dhE-21" edge="1" parent="1" source="DFyut3zs67x-nQRb0dhE-7" style="edgeStyle=orthogonalEdgeStyle;rounded=0;orthogonalLoop=1;jettySize=auto;html=1;exitX=0.5;exitY=1;exitDx=0;exitDy=0;entryX=0.5;entryY=0;entryDx=0;entryDy=0;" target="DFyut3zs67x-nQRb0dhE-20">
+           <mxGeometry relative="1" as="geometry" />
+         </mxCell>
+         <mxCell id="DFyut3zs67x-nQRb0dhE-7" parent="1" style="rounded=1;whiteSpace=wrap;html=1;labelBackgroundColor=none;" value="else" vertex="1">
+           <mxGeometry height="30" width="50" x="1110" y="290" as="geometry" />
+         </mxCell>
+         <mxCell id="DFyut3zs67x-nQRb0dhE-14" edge="1" parent="1" source="DFyut3zs67x-nQRb0dhE-8" style="edgeStyle=orthogonalEdgeStyle;rounded=0;orthogonalLoop=1;jettySize=auto;html=1;exitX=0.5;exitY=1;exitDx=0;exitDy=0;entryX=0.5;entryY=0;entryDx=0;entryDy=0;" target="DFyut3zs67x-nQRb0dhE-13">
+           <mxGeometry relative="1" as="geometry" />
+         </mxCell>
+         <mxCell id="DFyut3zs67x-nQRb0dhE-8" parent="1" style="rounded=0;whiteSpace=wrap;html=1;labelBackgroundColor=none;" value="Add integrity-protected=&quot;yes&quot;" vertex="1">
+           <mxGeometry height="30" width="180" x="1435" y="420" as="geometry" />
+         </mxCell>
+         <mxCell id="DFyut3zs67x-nQRb0dhE-16" edge="1" parent="1" source="DFyut3zs67x-nQRb0dhE-13" style="edgeStyle=orthogonalEdgeStyle;rounded=0;orthogonalLoop=1;jettySize=auto;html=1;exitX=0.5;exitY=1;exitDx=0;exitDy=0;entryX=0.5;entryY=0;entryDx=0;entryDy=0;" target="DFyut3zs67x-nQRb0dhE-15" value="YES">
+           <mxGeometry relative="1" as="geometry" />
+         </mxCell>
+         <mxCell id="DFyut3zs67x-nQRb0dhE-19" edge="1" parent="1" source="DFyut3zs67x-nQRb0dhE-13" style="edgeStyle=orthogonalEdgeStyle;rounded=0;orthogonalLoop=1;jettySize=auto;html=1;exitX=1;exitY=0.5;exitDx=0;exitDy=0;entryX=1;entryY=0.5;entryDx=0;entryDy=0;" target="DFyut3zs67x-nQRb0dhE-17" value="NO">
+           <mxGeometry relative="1" x="-0.2233" as="geometry">
+             <mxPoint as="offset" />
+           </mxGeometry>
+         </mxCell>
+         <mxCell id="DFyut3zs67x-nQRb0dhE-13" parent="1" style="rhombus;whiteSpace=wrap;html=1;fillColor=#fff2cc;strokeColor=#d6b656;" value="&lt;b&gt;&lt;font style=&quot;color: rgb(255, 0, 0);&quot;&gt;i_non_ipsec_soi_ctrl&lt;/font&gt;&lt;br&gt;== On&lt;/b&gt;" vertex="1">
+           <mxGeometry height="40" width="170" x="1440" y="510" as="geometry" />
+         </mxCell>
+         <mxCell id="DFyut3zs67x-nQRb0dhE-18" edge="1" parent="1" source="DFyut3zs67x-nQRb0dhE-15" style="edgeStyle=orthogonalEdgeStyle;rounded=0;orthogonalLoop=1;jettySize=auto;html=1;exitX=0.5;exitY=1;exitDx=0;exitDy=0;entryX=0.5;entryY=0;entryDx=0;entryDy=0;" target="DFyut3zs67x-nQRb0dhE-17">
+           <mxGeometry relative="1" as="geometry" />
+         </mxCell>
+         <mxCell id="DFyut3zs67x-nQRb0dhE-15" parent="1" style="rounded=0;whiteSpace=wrap;html=1;fillColor=#fff2cc;strokeColor=#d6b656;" value="&lt;b&gt;&lt;font style=&quot;color: rgb(255, 0, 0);&quot;&gt;ADD&lt;/font&gt;&lt;/b&gt;&lt;div&gt;&lt;b&gt;&lt;font style=&quot;color: rgb(255, 0, 0);&quot;&gt;P-SKT-Ealg-Null: final&lt;/font&gt;&lt;/b&gt;&lt;/div&gt;" vertex="1">
+           <mxGeometry height="30" width="145" x="1452.5" y="600" as="geometry" />
+         </mxCell>
+         <mxCell id="DFyut3zs67x-nQRb0dhE-17" parent="1" style="rounded=1;whiteSpace=wrap;html=1;" value="END" vertex="1">
+           <mxGeometry height="20" width="55" x="1497.5" y="680" as="geometry" />
+         </mxCell>
+         <mxCell id="DFyut3zs67x-nQRb0dhE-22" edge="1" parent="1" source="DFyut3zs67x-nQRb0dhE-20" style="edgeStyle=orthogonalEdgeStyle;rounded=0;orthogonalLoop=1;jettySize=auto;html=1;exitX=1;exitY=0.5;exitDx=0;exitDy=0;entryX=0.5;entryY=0;entryDx=0;entryDy=0;" target="DFyut3zs67x-nQRb0dhE-8" value="YES">
+           <mxGeometry relative="1" x="-0.0774" as="geometry">
+             <mxPoint as="offset" />
+           </mxGeometry>
+         </mxCell>
+         <mxCell id="DFyut3zs67x-nQRb0dhE-23" edge="1" parent="1" source="DFyut3zs67x-nQRb0dhE-20" style="edgeStyle=orthogonalEdgeStyle;rounded=0;orthogonalLoop=1;jettySize=auto;html=1;exitX=0.5;exitY=1;exitDx=0;exitDy=0;" value="NO">
+           <mxGeometry relative="1" as="geometry">
+             <mxPoint x="1135.1176470588234" y="480" as="targetPoint" />
+           </mxGeometry>
+         </mxCell>
+         <mxCell id="DFyut3zs67x-nQRb0dhE-20" parent="1" style="rhombus;whiteSpace=wrap;html=1;" value="exist&amp;nbsp;&lt;span style=&quot;background-color: transparent; color: light-dark(rgb(0, 0, 0), rgb(255, 255, 255));&quot;&gt;Security-Verify?&lt;/span&gt;" vertex="1">
+           <mxGeometry height="35" width="177.5" x="1046.25" y="365" as="geometry" />
        </mxCell>
      </root>
    </mxGraphModel>
  </diagram>
</mxfile>
